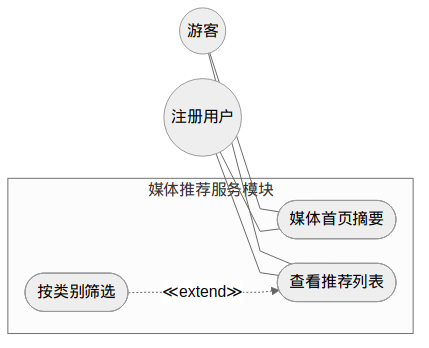
Before: docs/diagrams/fig3-7-media-usecase.png, a diagram exported from Mermaid (Wkjlovec/graduation_project_zhuang). Its source is kept beside it as docs/diagrams/fig3-7-media-usecase.mmd.
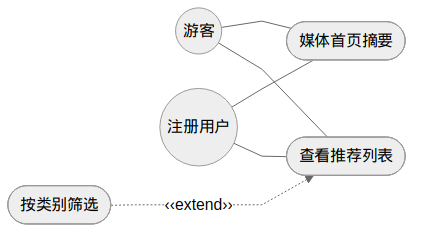
After the change.

Change to the diagram source:
```diff
@@ -1,17 +1,7 @@
-%%{init: {'theme': 'neutral', 'flowchart': {'curve': 'linear', 'rankSpacing': 35, 'nodeSpacing': 25}}}%%
+%%{init: {'theme': 'neutral', 'flowchart': {'curve': 'linear', 'rankSpacing': 50, 'nodeSpacing': 35}}}%%
 graph LR
-    Guest((游客))
-    User((注册用户))
-
-    subgraph 媒体推荐服务模块
-        direction TB
-        UC1([媒体首页摘要])
-        UC2([查看推荐列表])
-        UC3([按类别筛选])
-    end
-
-    Guest --- UC1
-    Guest --- UC2
-    User --- UC1
+    Guest((游客)) --- UC1([媒体首页摘要])
+    Guest --- UC2([查看推荐列表])
+    User((注册用户)) --- UC1
     User --- UC2
-    UC3 -..->|"≪extend≫"| UC2
+    UC3([按类别筛选]) -..->|"‹‹extend››"| UC2
```
